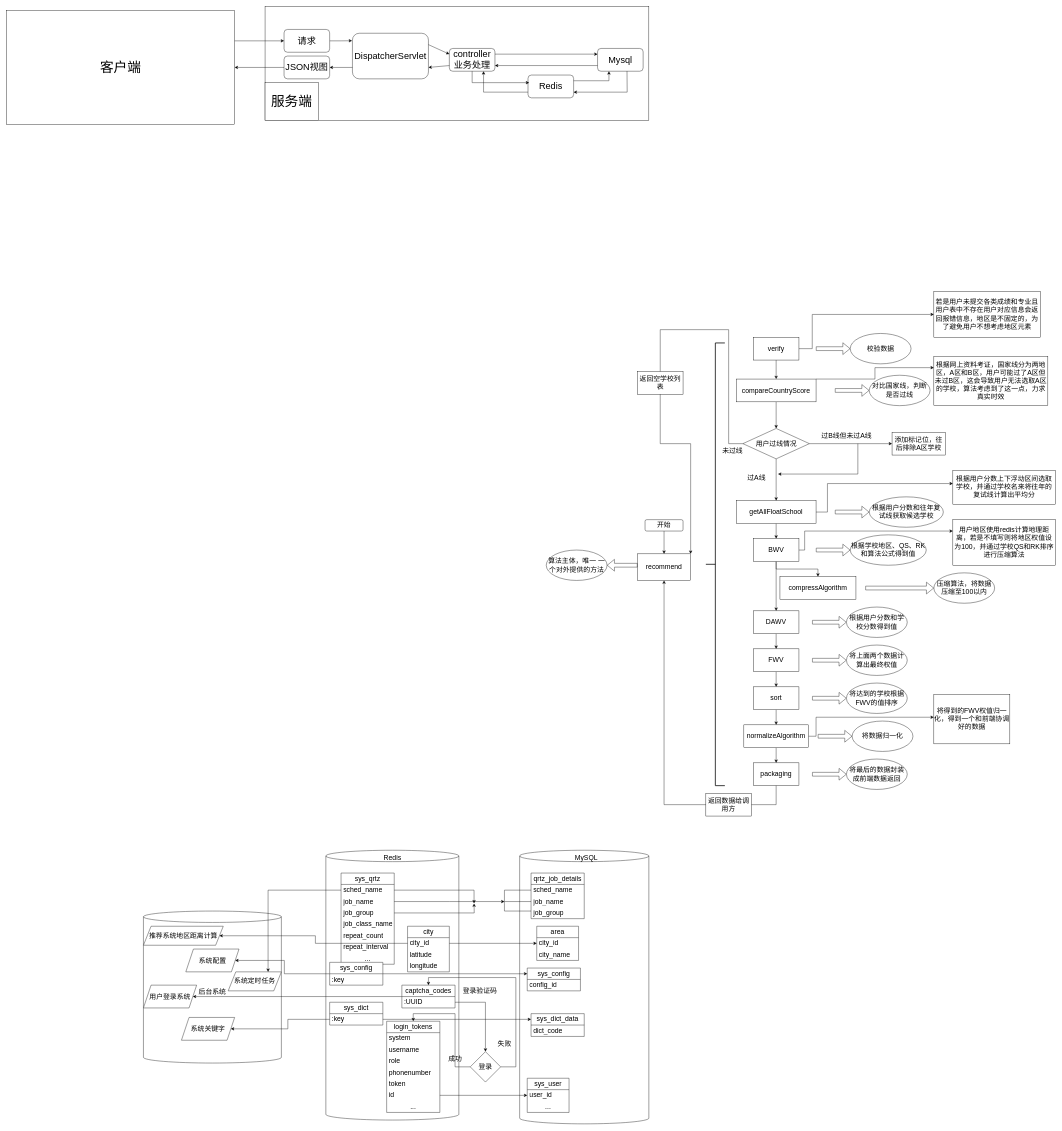
Above: 图.drawio in OrangePower03/ruoyi-postgraduateExam (draw.io), before the change. Source tidied: cells renumbered, new cells numbered last; positions are measured from the earlier drawing's top-left corner, leaving out a move shared by most shapes. Both pictures are drawn from the tidied source at 38%, with x=0, y=0 at pixel (6, 6).
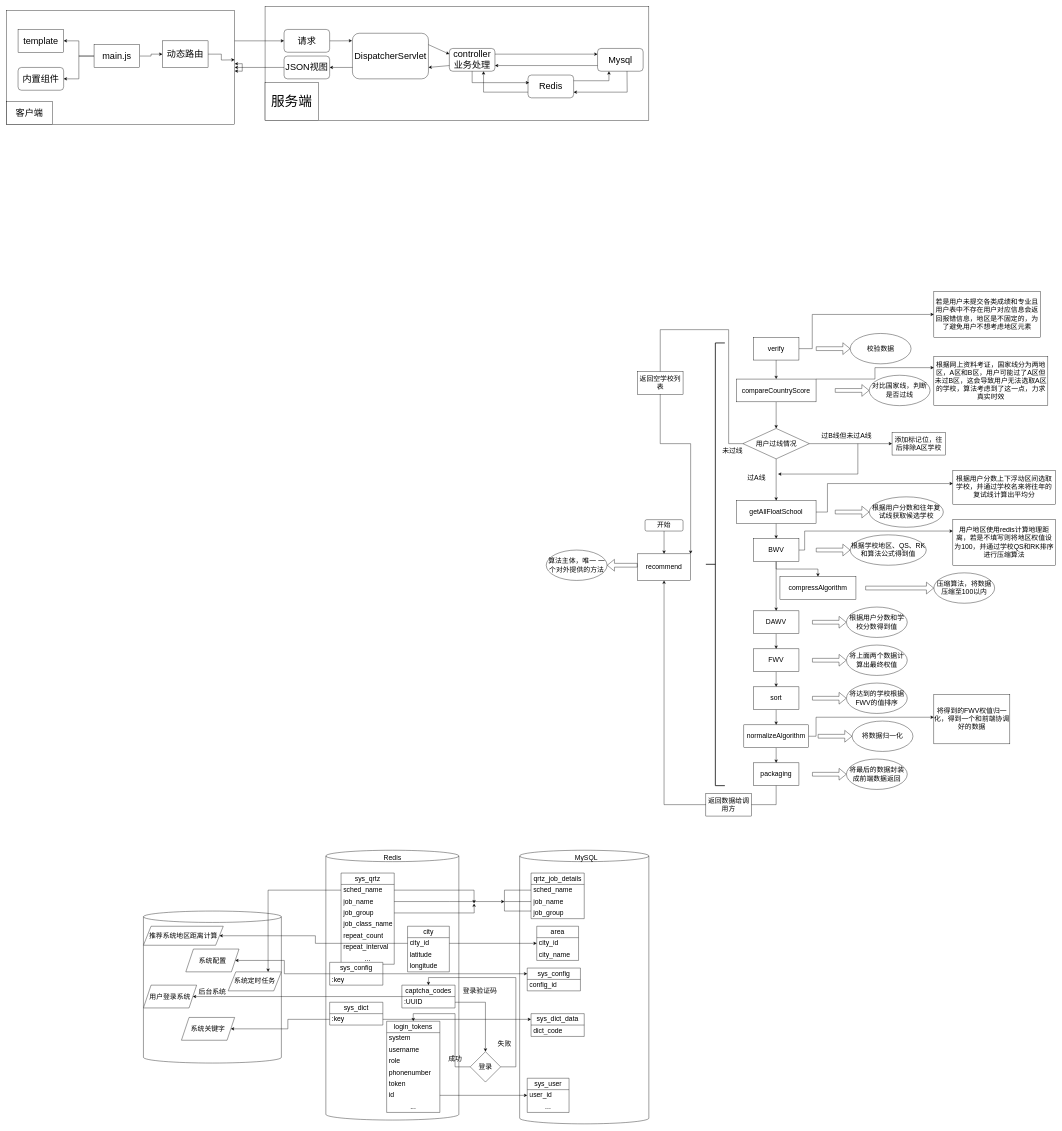
The same diagram, later.

What changed in the source:
```diff
@@
-    <mxCell id="142" value="&lt;font style=&quot;font-size: 36px;&quot;&gt;客户端&lt;/font&gt;" style="rounded=0;whiteSpace=wrap;html=1;" parent="1" vertex="1">
+    <mxCell id="142" style="rounded=0;whiteSpace=wrap;html=1;" parent="1" vertex="1">
       <mxGeometry y="10" width="600" height="300" as="geometry" />
     </mxCell>
@@
+    <mxCell id="162" value="&lt;font style=&quot;font-size: 24px;&quot;&gt;template&lt;/font&gt;" style="rounded=0;whiteSpace=wrap;html=1;" parent="1" vertex="1">
+      <mxGeometry x="30" y="60" width="120" height="60" as="geometry" />
+    </mxCell>
+    <mxCell id="163" value="&lt;font style=&quot;font-size: 24px;&quot;&gt;客户端&lt;/font&gt;" style="rounded=0;whiteSpace=wrap;html=1;" parent="1" vertex="1">
+      <mxGeometry y="250" width="120" height="60" as="geometry" />
+    </mxCell>
+    <mxCell id="164" style="edgeStyle=orthogonalEdgeStyle;rounded=0;jettySize=auto;html=1;" parent="1" edge="1" source="165">
+      <mxGeometry relative="1" as="geometry">
+        <mxPoint x="600" y="140" as="targetPoint" />
+      </mxGeometry>
+    </mxCell>
+    <mxCell id="165" value="&lt;font style=&quot;font-size: 24px;&quot;&gt;动态路由&lt;/font&gt;" style="rounded=0;whiteSpace=wrap;html=1;" parent="1" vertex="1">
+      <mxGeometry x="410" y="90" width="120" height="70" as="geometry" />
+    </mxCell>
+    <mxCell id="166" style="edgeStyle=orthogonalEdgeStyle;rounded=0;jettySize=auto;html=1;entryX=1;entryY=0.5;entryDx=0;entryDy=0;" parent="1" edge="1" source="169" target="162">
+      <mxGeometry relative="1" as="geometry" />
+    </mxCell>
+    <mxCell id="167" style="edgeStyle=orthogonalEdgeStyle;rounded=0;jettySize=auto;html=1;entryX=0;entryY=0.5;entryDx=0;entryDy=0;" parent="1" edge="1" source="169" target="165">
+      <mxGeometry relative="1" as="geometry" />
+    </mxCell>
+    <mxCell id="168" style="edgeStyle=orthogonalEdgeStyle;rounded=0;jettySize=auto;html=1;entryX=1;entryY=0.5;entryDx=0;entryDy=0;" parent="1" edge="1" source="169" target="171">
+      <mxGeometry relative="1" as="geometry" />
+    </mxCell>
+    <mxCell id="169" value="&lt;font style=&quot;font-size: 24px;&quot;&gt;main.js&lt;/font&gt;" style="rounded=0;whiteSpace=wrap;html=1;" parent="1" vertex="1">
+      <mxGeometry x="230" y="100" width="120" height="60" as="geometry" />
+    </mxCell>
+    <mxCell id="170" style="endArrow=classic;startArrow=classic;html=1;rounded=0;" parent="1" edge="1" source="142" target="142">
+      <mxGeometry relative="1" as="geometry" />
+    </mxCell>
+    <mxCell id="171" value="&lt;font style=&quot;font-size: 24px;&quot;&gt;内置组件&lt;/font&gt;" style="rounded=1;whiteSpace=wrap;html=1;" parent="1" vertex="1">
+      <mxGeometry x="30" y="160" width="120" height="60" as="geometry" />
+    </mxCell>
```
